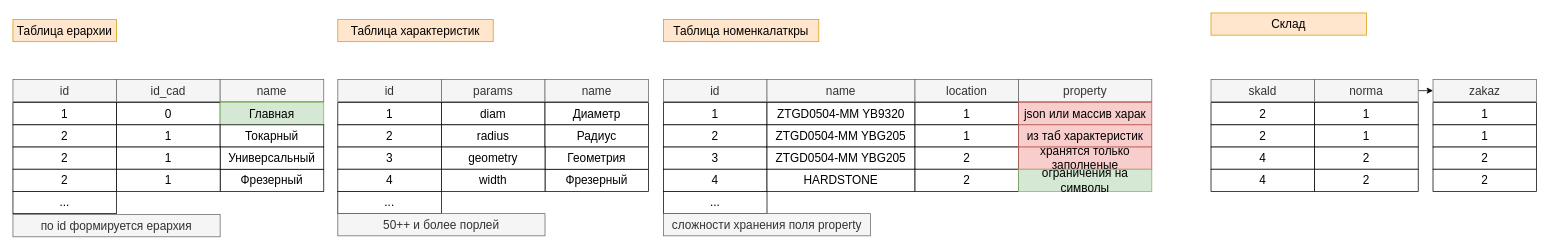
The draw.io diagram doc/erarchy.drawio in i5anin/vue.soft.pfforum, before the edit. Source tidied: cells renumbered, new cells numbered last; positions are measured from the earlier drawing's top-left corner, leaving out a move shared by most shapes. Both pictures are drawn from the tidied source at 74%, with x=0, y=0 at pixel (13, 13).
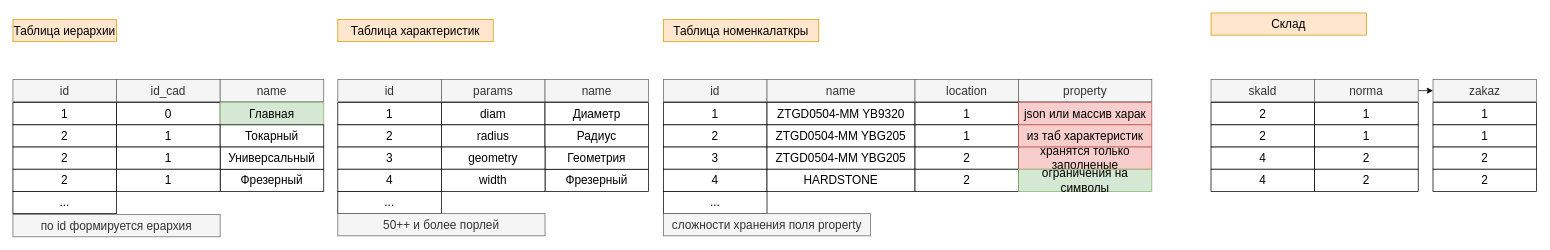
The same diagram, later.

The edit, as a diff of the source:
```diff
@@
-    <mxCell id="2" value="&lt;span style=&quot;font-size: 16px;&quot;&gt;Таблица ерархии&lt;/span&gt;" style="rounded=0;whiteSpace=wrap;html=1;fillColor=#ffe6cc;strokeColor=#d79b00;" parent="1" vertex="1">
+    <mxCell id="2" value="&lt;font style=&quot;font-size: 16px;&quot;&gt;Таблица иерархии&lt;/font&gt;" style="rounded=0;whiteSpace=wrap;html=1;fillColor=#ffe6cc;strokeColor=#d79b00;" parent="1" vertex="1">
       <mxGeometry y="8.8" width="140" height="30" as="geometry" />
     </mxCell>
```
